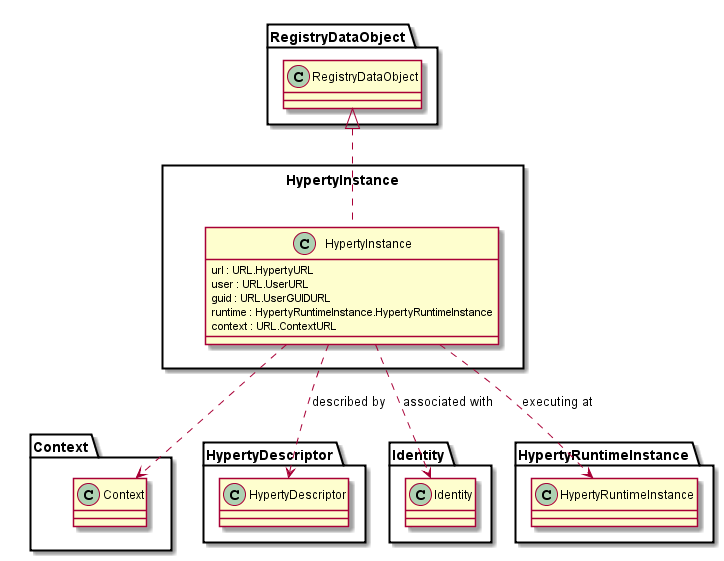
Above: docs/datamodel/Hyperty-Instance-Data-Object-Model.png in reTHINK-project/dev-service-framework (PlantUML), before the change. The source it was exported from:
```plantuml
@startuml "Hyperty-Instance-Data-Object-Model.png"

package Context {
	class Context {
	}
}

package HypertyInstance <<Rect>> {


	class HypertyInstance {
		url : URL.HypertyURL
		user : URL.UserURL
		guid : URL.UserGUIDURL
		runtime : HypertyRuntimeInstance.HypertyRuntimeInstance
		context : URL.ContextURL
	}

	HypertyInstance .up.|> RegistryDataObject.RegistryDataObject

	HypertyInstance ..> HypertyDescriptor.HypertyDescriptor : described by
	HypertyInstance ..> Identity.Identity : associated with
	HypertyInstance ..> HypertyRuntimeInstance.HypertyRuntimeInstance : executing at

	HypertyInstance ..> Context

}

@enduml
```
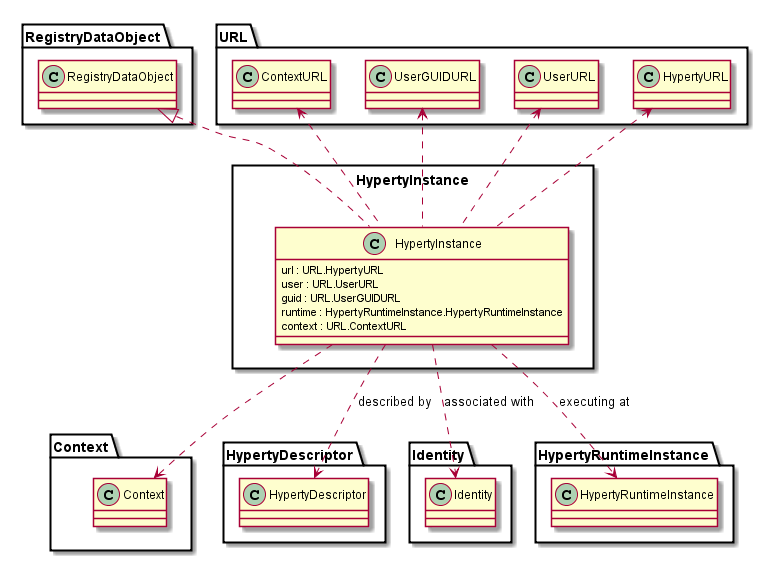
The same diagram one commit later.

Commit message:
Some fixes in the data model to allow json-schema generation

What changed in the source:
```diff
@@ -24,6 +24,11 @@
 
 	HypertyInstance ..> Context
 
+	HypertyInstance .up.> URL.HypertyURL
+	HypertyInstance .up.> URL.UserURL
+	HypertyInstance .up.> URL.UserGUIDURL
+	HypertyInstance .up.> URL.ContextURL
+
 }
 
 @enduml
```
